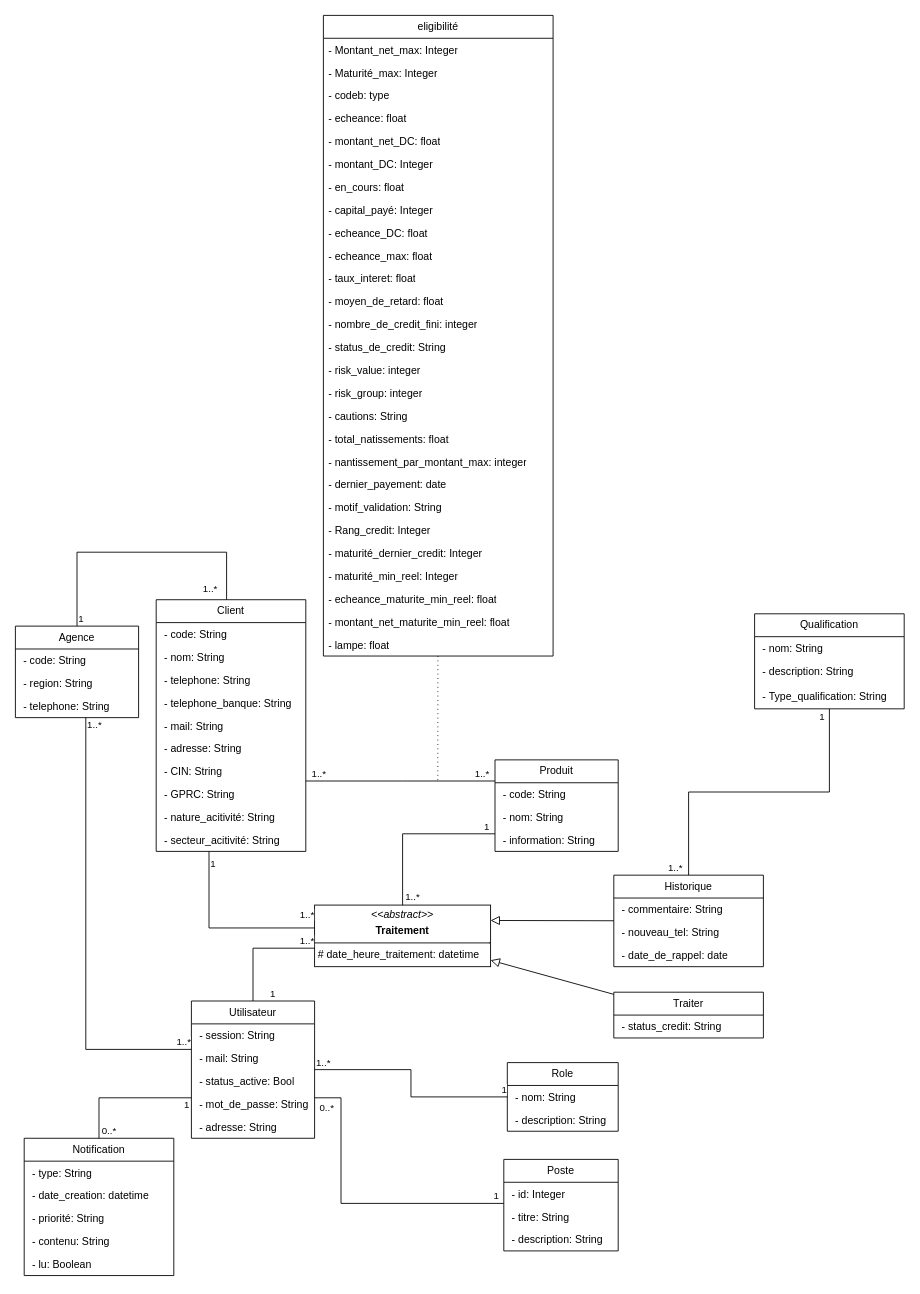
Above: diagram.drawio in 34arsonEddy/ABM (draw.io), before the change. Source tidied: cells renumbered, new cells numbered last; positions are measured from the earlier drawing's top-left corner, leaving out a move shared by most shapes. Both pictures are drawn from the tidied source at 88%, with x=0, y=0 at pixel (15, 15).
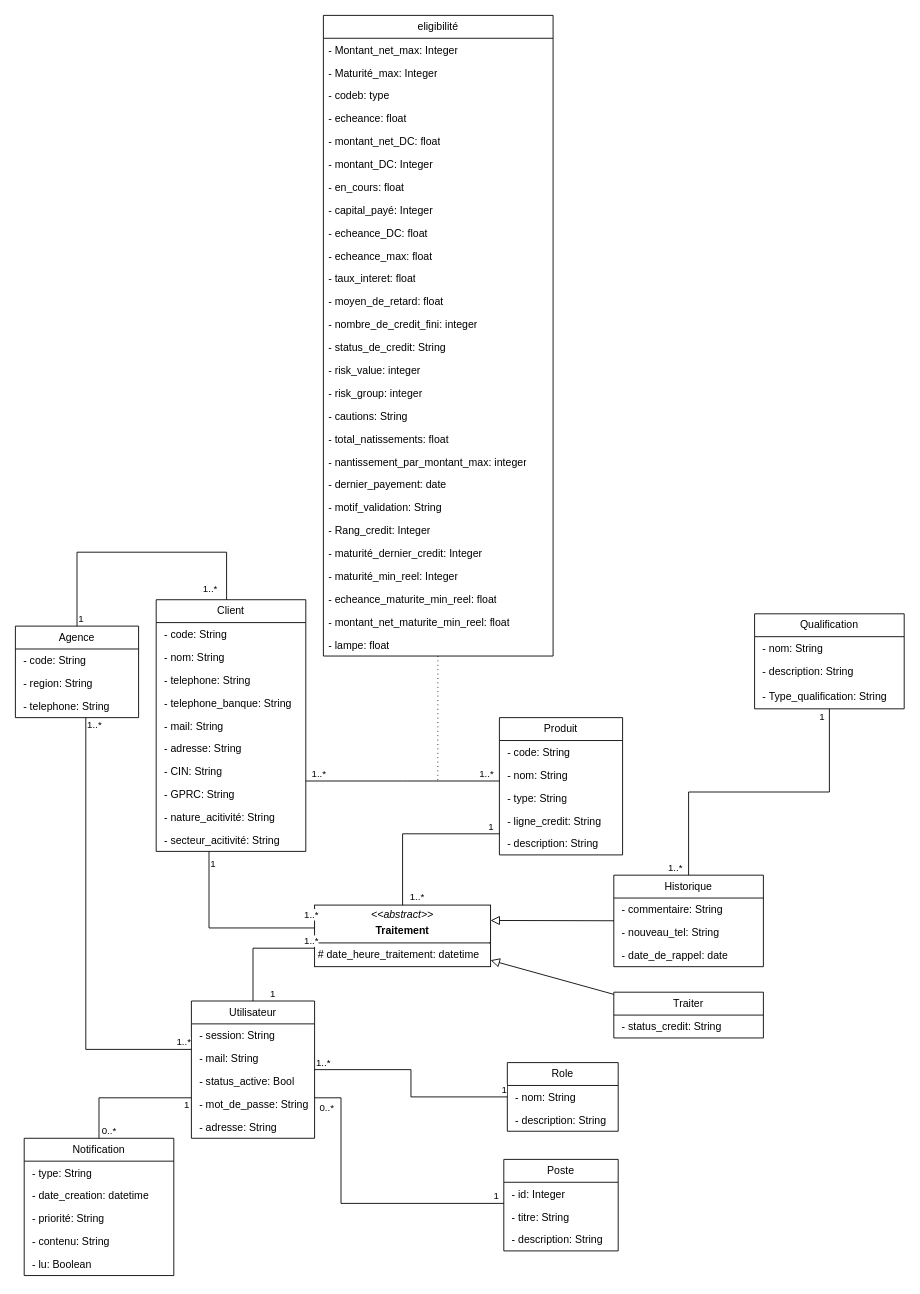
Above is the later version.

Commit message:
Mettre à jour diagram.drawio

What changed in the source:
```diff
@@
     <mxCell id="13" value="Produit" style="swimlane;fontStyle=0;horizontal=1;startSize=26;fillColor=none;whiteSpace=wrap;html=1;" parent="1" vertex="1">
-      <mxGeometry x="545" y="846" width="140" height="104" as="geometry" />
+      <mxGeometry x="550" y="798" width="140" height="156" as="geometry" />
     </mxCell>
@@
-    <mxCell id="16" value="&amp;nbsp;- information: String" style="text;strokeColor=none;fillColor=none;align=left;verticalAlign=top;spacingLeft=4;spacingRight=4;overflow=hidden;whiteSpace=wrap;html=1;" parent="13" vertex="1">
-      <mxGeometry y="78" width="140" height="26" as="geometry" />
-    </mxCell>
+    <mxCell id="114" value="&amp;nbsp;- type: String" style="text;strokeColor=none;fillColor=none;align=left;verticalAlign=top;spacingLeft=4;spacingRight=4;overflow=hidden;whiteSpace=wrap;html=1;" parent="13" vertex="1">
+      <mxGeometry y="78" width="140" height="26" as="geometry" />
+    </mxCell>
+    <mxCell id="115" value="&amp;nbsp;- ligne_credit: String" style="text;strokeColor=none;fillColor=none;align=left;verticalAlign=top;spacingLeft=4;spacingRight=4;overflow=hidden;whiteSpace=wrap;html=1;" parent="13" vertex="1">
+      <mxGeometry y="104" width="140" height="26" as="geometry" />
+    </mxCell>
+    <mxCell id="116" value="&amp;nbsp;- description: String" style="text;strokeColor=none;fillColor=none;align=left;verticalAlign=top;spacingLeft=4;spacingRight=4;overflow=hidden;whiteSpace=wrap;html=1;" parent="13" vertex="1">
+      <mxGeometry y="130" width="140" height="26" as="geometry" />
+    </mxCell>
```
